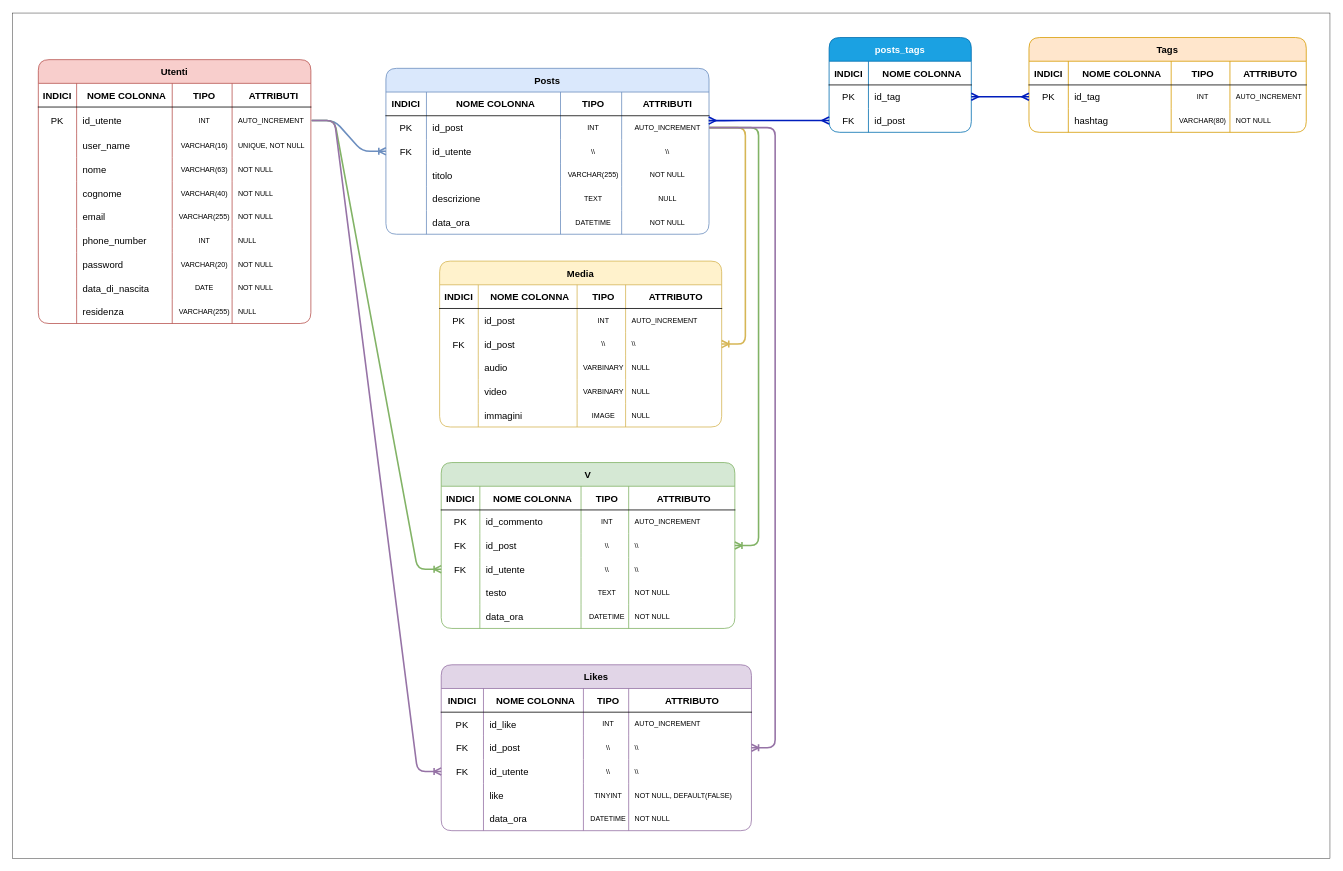
This is Diagramma_ER.drawio from Helmatron/social-platform, a draw.io file, before an edit. Source tidied: cells renumbered, new cells numbered last; positions are measured from the earlier drawing's top-left corner, leaving out a move shared by most shapes. Both pictures are drawn from the tidied source at 79%, with x=0, y=0 at pixel (12, 13).
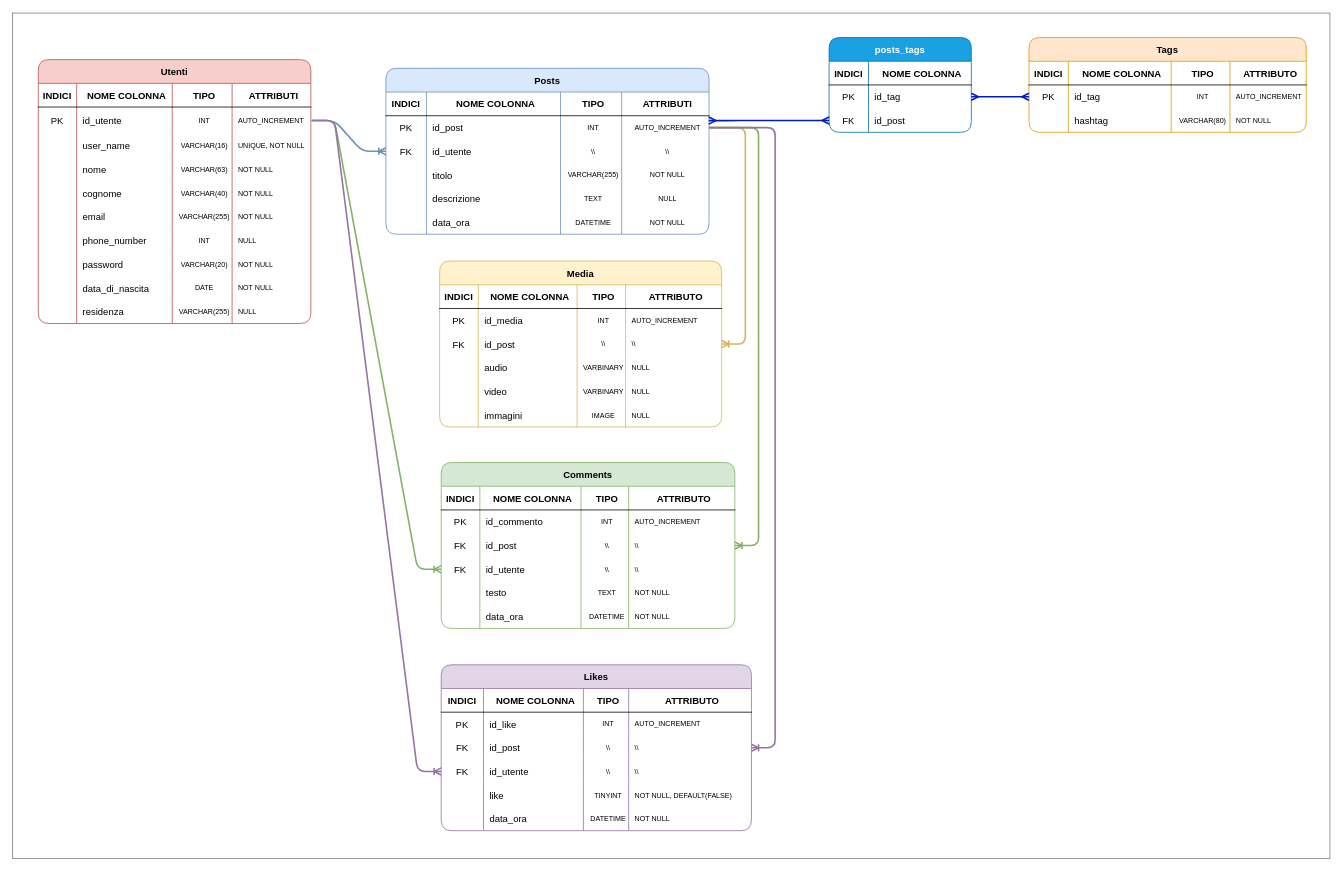
The same page after the edit.

Unchanged cells that the change refers to:
```xml
<mxCell id="91" style="shape=tableRow;horizontal=0;startSize=0;swimlaneHead=0;swimlaneBody=0;fillColor=none;top=0;left=0;right=0;bottom=0;rounded=1;" parent="85" vertex="1">
  <mxGeometry y="60" width="357" height="30" as="geometry" />
</mxCell>
```

The edit, as a diff of the source:
```diff
@@
-    <mxCell id="93" value="id_post" style="shape=partialRectangle;fillColor=none;top=0;left=0;bottom=0;right=0;align=left;spacingLeft=6;overflow=hidden;rounded=1;strokeColor=#C87471;" parent="91" vertex="1">
+    <mxCell id="93" value="id_media" style="shape=partialRectangle;fillColor=none;top=0;left=0;bottom=0;right=0;align=left;spacingLeft=6;overflow=hidden;rounded=1;strokeColor=#C87471;" parent="91" vertex="1">
       <mxGeometry x="48.9" width="125.1" height="30" as="geometry" />
     </mxCell>
@@
-    <mxCell id="163" value="V" style="shape=table;startSize=30;childLayout=tableLayout;rowLines=0;fontStyle=1;align=center;fillColor=#d5e8d4;strokeColor=#82b366;rounded=1;" parent="1" vertex="1">
+    <mxCell id="163" value="Comments" style="shape=table;startSize=30;childLayout=tableLayout;rowLines=0;fontStyle=1;align=center;fillColor=#d5e8d4;strokeColor=#82b366;rounded=1;" parent="1" vertex="1">
       <mxGeometry x="543" y="569" width="371.7" height="210" as="geometry" />
     </mxCell>
```
